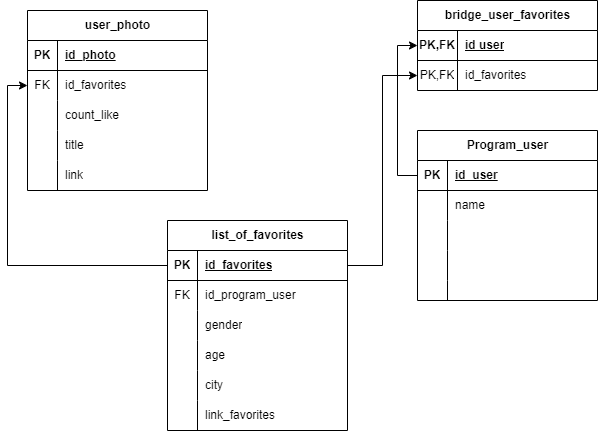
Orlov-Oleg-Igorevich/VKinder keeps this draw.io diagram as BD_telegram_bot.png. Above is the earlier version. Source tidied: cells renumbered, new cells last; positions are measured from the earlier drawing's top-left corner, leaving out a move shared by most shapes.
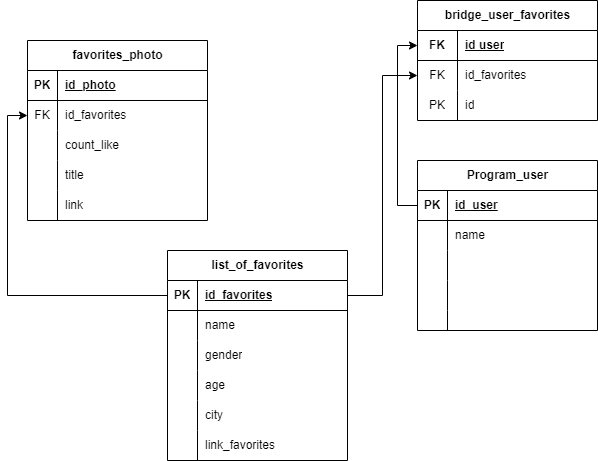
The same file after the commit.

The edit, as a diff of the source:
```diff
@@ -17,10 +17,10 @@
     <mxCell id="6" style="shape=tableRow;horizontal=0;startSize=0;swimlaneHead=0;swimlaneBody=0;fillColor=none;top=0;left=0;right=0;bottom=0;" parent="2" vertex="1">
       <mxGeometry y="60" width="180" height="30" as="geometry" />
     </mxCell>
-    <mxCell id="7" value="FK" style="shape=partialRectangle;fillColor=none;top=0;left=0;bottom=0;right=0;overflow=hidden;whiteSpace=wrap;html=1;" parent="6" vertex="1">
+    <mxCell id="7" style="shape=partialRectangle;fillColor=none;top=0;left=0;bottom=0;right=0;overflow=hidden;whiteSpace=wrap;html=1;" parent="6" vertex="1">
       <mxGeometry width="30" height="30" as="geometry" />
     </mxCell>
-    <mxCell id="8" value="id_program_user" style="shape=partialRectangle;fillColor=none;top=0;left=0;bottom=0;right=0;align=left;spacingLeft=6;overflow=hidden;whiteSpace=wrap;html=1;" parent="6" vertex="1">
+    <mxCell id="8" value="name" style="shape=partialRectangle;fillColor=none;top=0;left=0;bottom=0;right=0;align=left;spacingLeft=6;overflow=hidden;whiteSpace=wrap;html=1;" parent="6" vertex="1">
       <mxGeometry x="30" width="150" height="30" as="geometry" />
     </mxCell>
     <mxCell id="9" style="shape=tableRow;horizontal=0;startSize=0;swimlaneHead=0;swimlaneBody=0;fillColor=none;top=0;left=0;right=0;bottom=0;" parent="2" vertex="1">
@@ -59,7 +59,7 @@
     <mxCell id="20" value="link_favorites" style="shape=partialRectangle;fillColor=none;top=0;left=0;bottom=0;right=0;align=left;spacingLeft=6;overflow=hidden;whiteSpace=wrap;html=1;" parent="18" vertex="1">
       <mxGeometry x="30" width="150" height="30" as="geometry" />
     </mxCell>
-    <mxCell id="21" value="user_photo" style="shape=table;startSize=30;rowLines=0;fontStyle=1;align=center;html=1;" parent="1" vertex="1">
+    <mxCell id="21" value="favorites_photo" style="shape=table;startSize=30;rowLines=0;fontStyle=1;align=center;html=1;" parent="1" vertex="1">
       <mxGeometry y="10" width="180" height="180" as="geometry" />
     </mxCell>
     <mxCell id="22" style="shape=tableRow;horizontal=0;startSize=0;swimlaneHead=0;swimlaneBody=0;fillColor=none;top=0;left=0;right=0;bottom=1;" parent="21" vertex="1">
@@ -159,12 +159,12 @@
       <mxGeometry relative="1" as="geometry" />
     </mxCell>
     <mxCell id="54" value="bridge_user_favorites" style="shape=table;startSize=30;rowLines=0;fontStyle=1;align=center;html=1;" parent="1" vertex="1">
-      <mxGeometry x="390" width="180" height="90" as="geometry" />
+      <mxGeometry x="390" y="-30" width="180" height="120" as="geometry" />
     </mxCell>
     <mxCell id="55" style="shape=tableRow;horizontal=0;startSize=0;swimlaneHead=0;swimlaneBody=0;fillColor=none;points=[[0,0.5],[1,0.5]];portConstraint=eastwest;top=0;left=0;right=0;bottom=1;" parent="54" vertex="1">
       <mxGeometry y="30" width="180" height="30" as="geometry" />
     </mxCell>
-    <mxCell id="56" value="PK,FK" style="shape=partialRectangle;fillColor=none;top=0;left=0;bottom=0;right=0;fontStyle=1;overflow=hidden;whiteSpace=wrap;html=1;" parent="55" vertex="1">
+    <mxCell id="56" value="FK" style="shape=partialRectangle;fillColor=none;top=0;left=0;bottom=0;right=0;fontStyle=1;overflow=hidden;whiteSpace=wrap;html=1;" parent="55" vertex="1">
       <mxGeometry width="40" height="30" as="geometry" />
     </mxCell>
     <mxCell id="57" value="id user" style="shape=partialRectangle;fillColor=none;top=0;left=0;bottom=0;right=0;align=left;spacingLeft=6;fontStyle=5;overflow=hidden;whiteSpace=wrap;html=1;" parent="55" vertex="1">
@@ -173,12 +173,21 @@
     <mxCell id="58" style="shape=tableRow;horizontal=0;startSize=0;swimlaneHead=0;swimlaneBody=0;fillColor=none;points=[[0,0.5],[1,0.5]];portConstraint=eastwest;top=0;left=0;right=0;bottom=0;" parent="54" vertex="1">
       <mxGeometry y="60" width="180" height="30" as="geometry" />
     </mxCell>
-    <mxCell id="59" value="PK,FK" style="shape=partialRectangle;fillColor=none;top=0;left=0;bottom=0;right=0;overflow=hidden;whiteSpace=wrap;html=1;" parent="58" vertex="1">
+    <mxCell id="59" value="FK" style="shape=partialRectangle;fillColor=none;top=0;left=0;bottom=0;right=0;overflow=hidden;whiteSpace=wrap;html=1;" parent="58" vertex="1">
       <mxGeometry width="40" height="30" as="geometry" />
     </mxCell>
     <mxCell id="60" value="id_favorites" style="shape=partialRectangle;fillColor=none;top=0;left=0;bottom=0;right=0;align=left;spacingLeft=6;overflow=hidden;whiteSpace=wrap;html=1;" parent="58" vertex="1">
       <mxGeometry x="40" width="140" height="30" as="geometry" />
     </mxCell>
+    <mxCell id="63" style="shape=tableRow;horizontal=0;startSize=0;swimlaneHead=0;swimlaneBody=0;fillColor=none;top=0;left=0;right=0;bottom=0;" parent="54" vertex="1">
+      <mxGeometry y="90" width="180" height="30" as="geometry" />
+    </mxCell>
+    <mxCell id="64" value="PK" style="shape=partialRectangle;fillColor=none;top=0;left=0;bottom=0;right=0;overflow=hidden;whiteSpace=wrap;html=1;" parent="63" vertex="1">
+      <mxGeometry width="40" height="30" as="geometry" />
+    </mxCell>
+    <mxCell id="65" value="id" style="shape=partialRectangle;fillColor=none;top=0;left=0;bottom=0;right=0;align=left;spacingLeft=6;overflow=hidden;whiteSpace=wrap;html=1;" parent="63" vertex="1">
+      <mxGeometry x="40" width="140" height="30" as="geometry" />
+    </mxCell>
     <mxCell id="61" style="edgeStyle=orthogonalEdgeStyle;rounded=0;jettySize=auto;html=1;exitX=1;exitY=0.5;exitDx=0;exitDy=0;entryX=0;entryY=0.5;entryDx=0;entryDy=0;" parent="1" edge="1" source="3" target="58">
       <mxGeometry relative="1" as="geometry" />
     </mxCell>
```
